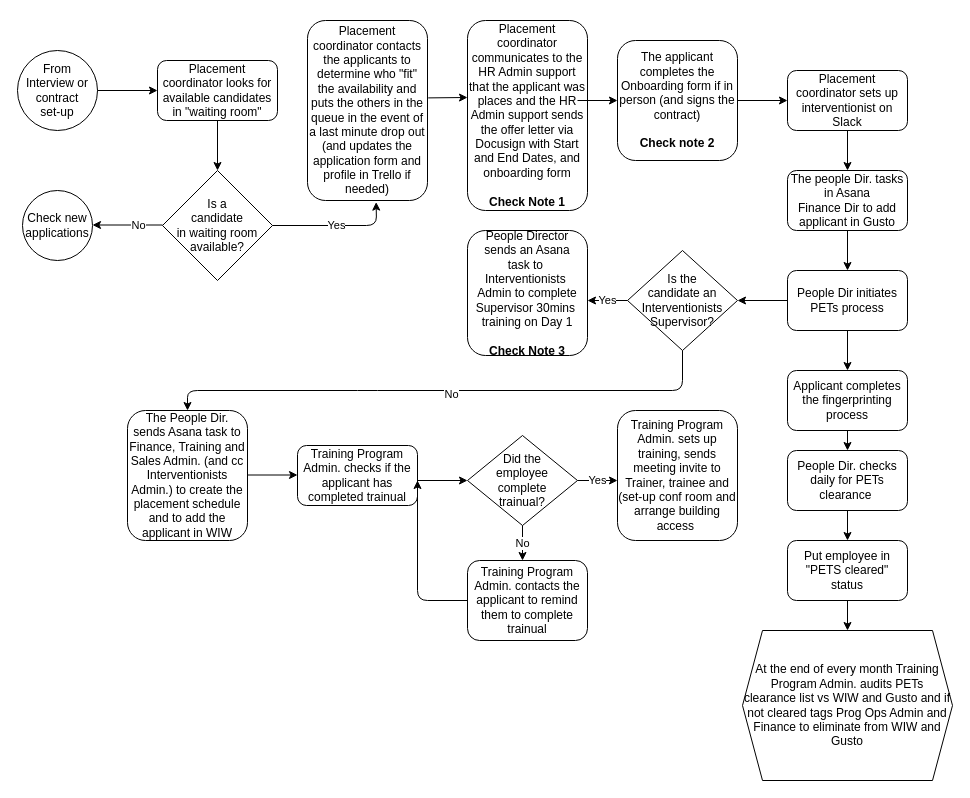
Earlier version of the draw.io diagram Untitled Diagram.drawio (MatzKing/share-course). Source tidied: cells renumbered, new cells numbered last; positions are measured from the earlier drawing's top-left corner, leaving out a move shared by most shapes. Both pictures are drawn from the tidied source at 100%, with x=0, y=0 at pixel (17, 20).
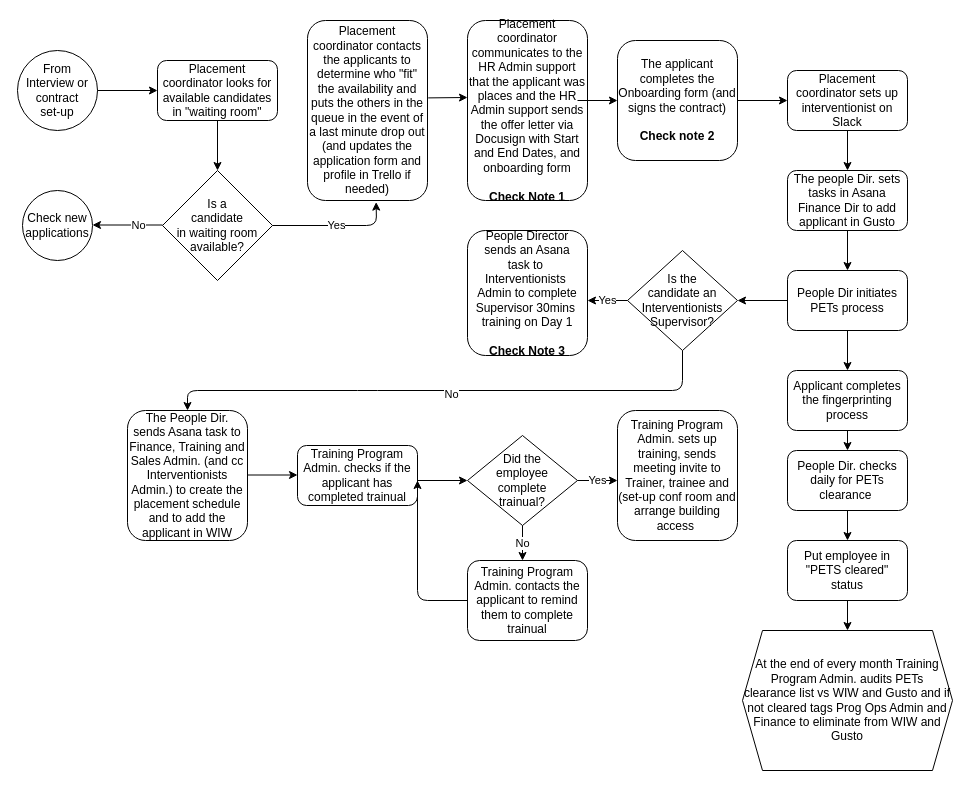
The same page after the edit.

What changed in the source:
```diff
@@
     <mxCell id="13" value="Placement coordinator communicates to the HR Admin support that the applicant was places and the HR Admin support sends the offer letter via Docusign with Start and End Dates, and onboarding form&lt;br&gt;&lt;br&gt;&lt;b&gt;Check Note 1&lt;/b&gt;" style="rounded=1;whiteSpace=wrap;html=1;" parent="1" vertex="1">
-      <mxGeometry x="450" width="120" height="190" as="geometry" />
+      <mxGeometry x="450" width="120" height="180" as="geometry" />
     </mxCell>
@@
-    <mxCell id="15" value="The applicant completes the Onboarding form if in person (and signs the contract)&lt;br&gt;&lt;br&gt;&lt;b&gt;Check note 2&lt;/b&gt;" style="rounded=1;whiteSpace=wrap;html=1;" parent="1" vertex="1">
+    <mxCell id="15" value="The applicant completes the Onboarding form (and signs the contract)&lt;br&gt;&lt;br&gt;&lt;b&gt;Check note 2&lt;/b&gt;" style="rounded=1;whiteSpace=wrap;html=1;" parent="1" vertex="1">
       <mxGeometry x="600" y="20" width="120" height="120" as="geometry" />
     </mxCell>
@@
-    <mxCell id="19" value="The people Dir. tasks in Asana&lt;br&gt;Finance Dir to add applicant in Gusto" style="rounded=1;whiteSpace=wrap;html=1;" parent="1" vertex="1">
+    <mxCell id="19" value="The people Dir. sets tasks in Asana&lt;br&gt;Finance Dir to add applicant in Gusto" style="rounded=1;whiteSpace=wrap;html=1;" parent="1" vertex="1">
       <mxGeometry x="770" y="150" width="120" height="60" as="geometry" />
     </mxCell>
@@
     <mxCell id="38" value="At the end of every month Training Program Admin. audits PETs clearance list vs WIW and Gusto and if not cleared tags Prog Ops Admin and Finance to eliminate from WIW and Gusto" style="shape=hexagon;perimeter=hexagonPerimeter2;whiteSpace=wrap;html=1;fixedSize=1;" parent="1" vertex="1">
-      <mxGeometry x="725" y="610" width="210" height="150" as="geometry" />
+      <mxGeometry x="725" y="610" width="210" height="140" as="geometry" />
     </mxCell>
```
